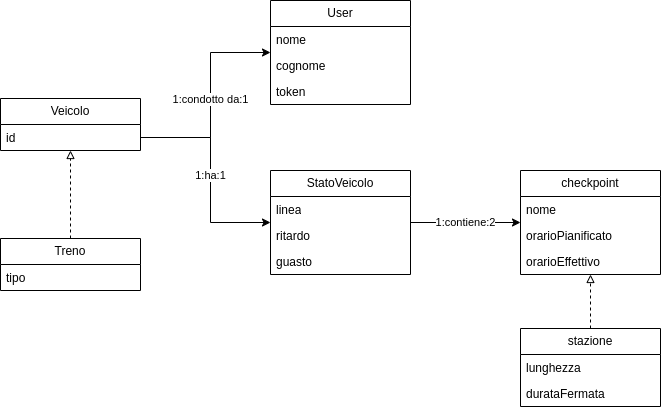
Before: docs/models/WebUI domain diagram.drawio.png, a diagram exported from draw.io (IngSW-unipv/Progetto-U25). Source tidied: cells renumbered, new cells last; positions are measured from the earlier drawing's top-left corner, leaving out a move shared by most shapes.
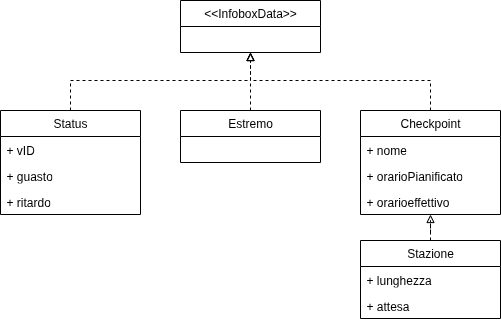
Above is the later version.

Change to the diagram source:
```diff
@@ -2,87 +2,66 @@
   <root>
     <mxCell id="0" />
     <mxCell id="1" parent="0" />
-    <mxCell id="2" value="1:contiene:2" style="edgeStyle=orthogonalEdgeStyle;rounded=0;jettySize=auto;html=1;" parent="1" edge="1" source="3" target="18">
-      <mxGeometry relative="1" as="geometry" />
-    </mxCell>
-    <mxCell id="3" value="StatoVeicolo" style="swimlane;fontStyle=0;horizontal=1;startSize=26;fillColor=none;whiteSpace=wrap;html=1;" parent="1" vertex="1">
-      <mxGeometry x="270" y="170" width="140" height="104" as="geometry" />
-    </mxCell>
-    <mxCell id="4" value="linea" style="text;strokeColor=none;fillColor=none;align=left;verticalAlign=top;spacingLeft=4;spacingRight=4;overflow=hidden;whiteSpace=wrap;html=1;" parent="3" vertex="1">
-      <mxGeometry y="26" width="140" height="26" as="geometry" />
-    </mxCell>
-    <mxCell id="5" value="ritardo" style="text;strokeColor=none;fillColor=none;align=left;verticalAlign=top;spacingLeft=4;spacingRight=4;overflow=hidden;whiteSpace=wrap;html=1;" parent="3" vertex="1">
-      <mxGeometry y="52" width="140" height="26" as="geometry" />
-    </mxCell>
-    <mxCell id="6" value="guasto" style="text;strokeColor=none;fillColor=none;align=left;verticalAlign=top;spacingLeft=4;spacingRight=4;overflow=hidden;whiteSpace=wrap;html=1;" parent="3" vertex="1">
-      <mxGeometry y="78" width="140" height="26" as="geometry" />
-    </mxCell>
-    <mxCell id="7" style="edgeStyle=orthogonalEdgeStyle;rounded=0;jettySize=auto;html=1;endArrow=block;endFill=0;dashed=1;" parent="1" edge="1" source="8" target="11">
-      <mxGeometry relative="1" as="geometry" />
-    </mxCell>
-    <mxCell id="8" value="Treno" style="swimlane;fontStyle=0;horizontal=1;startSize=26;fillColor=none;whiteSpace=wrap;html=1;" parent="1" vertex="1">
-      <mxGeometry y="238" width="140" height="52" as="geometry" />
-    </mxCell>
-    <mxCell id="9" value="tipo" style="text;strokeColor=none;fillColor=none;align=left;verticalAlign=top;spacingLeft=4;spacingRight=4;overflow=hidden;whiteSpace=wrap;html=1;" parent="8" vertex="1">
-      <mxGeometry y="26" width="140" height="26" as="geometry" />
-    </mxCell>
-    <mxCell id="10" value="1:ha:1" style="edgeStyle=orthogonalEdgeStyle;rounded=0;jettySize=auto;html=1;" parent="1" edge="1" source="11" target="3">
-      <mxGeometry relative="1" as="geometry">
-        <Array as="points">
-          <mxPoint x="210" y="137" />
-          <mxPoint x="210" y="222" />
-        </Array>
-      </mxGeometry>
-    </mxCell>
-    <mxCell id="11" value="Veicolo" style="swimlane;fontStyle=0;horizontal=1;startSize=26;fillColor=none;whiteSpace=wrap;html=1;" parent="1" vertex="1">
-      <mxGeometry y="98" width="140" height="52" as="geometry" />
-    </mxCell>
-    <mxCell id="12" value="id" style="text;strokeColor=none;fillColor=none;align=left;verticalAlign=top;spacingLeft=4;spacingRight=4;overflow=hidden;points=[[0,0.5],[1,0.5]];portConstraint=eastwest;whiteSpace=wrap;html=1;" parent="11" vertex="1">
-      <mxGeometry y="26" width="140" height="26" as="geometry" />
-    </mxCell>
-    <mxCell id="13" value="User" style="swimlane;fontStyle=0;horizontal=1;startSize=26;fillColor=none;whiteSpace=wrap;html=1;" parent="1" vertex="1">
-      <mxGeometry x="270" width="140" height="104" as="geometry" />
-    </mxCell>
-    <mxCell id="14" value="nome" style="text;strokeColor=none;fillColor=none;align=left;verticalAlign=top;spacingLeft=4;spacingRight=4;overflow=hidden;whiteSpace=wrap;html=1;" parent="13" vertex="1">
-      <mxGeometry y="26" width="140" height="26" as="geometry" />
-    </mxCell>
-    <mxCell id="15" value="cognome" style="text;strokeColor=none;fillColor=none;align=left;verticalAlign=top;spacingLeft=4;spacingRight=4;overflow=hidden;whiteSpace=wrap;html=1;" parent="13" vertex="1">
-      <mxGeometry y="52" width="140" height="26" as="geometry" />
-    </mxCell>
-    <mxCell id="16" value="token" style="text;strokeColor=none;fillColor=none;align=left;verticalAlign=top;spacingLeft=4;spacingRight=4;overflow=hidden;whiteSpace=wrap;html=1;" parent="13" vertex="1">
-      <mxGeometry y="78" width="140" height="26" as="geometry" />
-    </mxCell>
-    <mxCell id="17" value="1:condotto da:1" style="edgeStyle=orthogonalEdgeStyle;rounded=0;jettySize=auto;html=1;" parent="1" edge="1" source="12" target="13">
-      <mxGeometry relative="1" as="geometry">
-        <Array as="points">
-          <mxPoint x="210" y="137" />
-          <mxPoint x="210" y="52" />
-        </Array>
-      </mxGeometry>
-    </mxCell>
-    <mxCell id="18" value="checkpoint" style="swimlane;fontStyle=0;horizontal=1;startSize=26;fillColor=none;whiteSpace=wrap;html=1;" parent="1" vertex="1">
-      <mxGeometry x="520" y="170" width="140" height="104" as="geometry" />
-    </mxCell>
-    <mxCell id="19" value="nome" style="text;strokeColor=none;fillColor=none;align=left;verticalAlign=top;spacingLeft=4;spacingRight=4;overflow=hidden;whiteSpace=wrap;html=1;" parent="18" vertex="1">
-      <mxGeometry y="26" width="140" height="26" as="geometry" />
-    </mxCell>
-    <mxCell id="20" value="orarioPianificato" style="text;strokeColor=none;fillColor=none;align=left;verticalAlign=top;spacingLeft=4;spacingRight=4;overflow=hidden;whiteSpace=wrap;html=1;" parent="18" vertex="1">
-      <mxGeometry y="52" width="140" height="26" as="geometry" />
-    </mxCell>
-    <mxCell id="21" value="orarioEffettivo" style="text;strokeColor=none;fillColor=none;align=left;verticalAlign=top;spacingLeft=4;spacingRight=4;overflow=hidden;whiteSpace=wrap;html=1;" parent="18" vertex="1">
-      <mxGeometry y="78" width="140" height="26" as="geometry" />
-    </mxCell>
-    <mxCell id="22" value="stazione" style="swimlane;fontStyle=0;horizontal=1;startSize=26;fillColor=none;whiteSpace=wrap;html=1;" parent="1" vertex="1">
-      <mxGeometry x="520" y="328" width="140" height="78" as="geometry" />
-    </mxCell>
-    <mxCell id="23" value="lunghezza" style="text;strokeColor=none;fillColor=none;align=left;verticalAlign=top;spacingLeft=4;spacingRight=4;overflow=hidden;whiteSpace=wrap;html=1;" parent="22" vertex="1">
-      <mxGeometry y="26" width="140" height="26" as="geometry" />
-    </mxCell>
-    <mxCell id="24" value="durataFermata" style="text;strokeColor=none;fillColor=none;align=left;verticalAlign=top;spacingLeft=4;spacingRight=4;overflow=hidden;whiteSpace=wrap;html=1;" parent="22" vertex="1">
-      <mxGeometry y="52" width="140" height="26" as="geometry" />
-    </mxCell>
-    <mxCell id="25" style="edgeStyle=orthogonalEdgeStyle;rounded=0;jettySize=auto;html=1;endArrow=block;endFill=0;dashed=1;" parent="1" edge="1" source="22" target="18">
-      <mxGeometry relative="1" as="geometry" />
-    </mxCell>
+    <mxCell id="26" value="&amp;lt;&amp;lt;InfoboxData&amp;gt;&amp;gt;" style="swimlane;fontStyle=0;horizontal=1;startSize=26;fillColor=none;whiteSpace=wrap;html=1;" parent="1" vertex="1">
+      <mxGeometry x="-10" y="468" width="140" height="52" as="geometry" />
+    </mxCell>
+    <mxCell id="27" style="edgeStyle=orthogonalEdgeStyle;rounded=0;jettySize=auto;html=1;endArrow=block;endFill=0;dashed=1;" parent="1" edge="1" source="28" target="26">
+      <mxGeometry relative="1" as="geometry" />
+    </mxCell>
+    <mxCell id="28" value="Estremo" style="swimlane;fontStyle=0;horizontal=1;startSize=26;fillColor=none;whiteSpace=wrap;html=1;" parent="1" vertex="1">
+      <mxGeometry x="-10" y="578" width="140" height="52" as="geometry" />
+    </mxCell>
+    <mxCell id="29" style="edgeStyle=orthogonalEdgeStyle;rounded=0;jettySize=auto;html=1;endArrow=block;endFill=0;dashed=1;" parent="1" edge="1" source="30" target="26">
+      <mxGeometry relative="1" as="geometry">
+        <Array as="points">
+          <mxPoint x="240" y="548" />
+          <mxPoint x="60" y="548" />
+        </Array>
+      </mxGeometry>
+    </mxCell>
+    <mxCell id="30" value="Checkpoint" style="swimlane;fontStyle=0;horizontal=1;startSize=26;fillColor=none;whiteSpace=wrap;html=1;" parent="1" vertex="1">
+      <mxGeometry x="170" y="578" width="140" height="104" as="geometry" />
+    </mxCell>
+    <mxCell id="31" value="+ nome" style="text;strokeColor=none;fillColor=none;align=left;verticalAlign=top;spacingLeft=4;spacingRight=4;overflow=hidden;whiteSpace=wrap;html=1;" parent="30" vertex="1">
+      <mxGeometry y="26" width="140" height="26" as="geometry" />
+    </mxCell>
+    <mxCell id="32" value="+ orarioPianificato" style="text;strokeColor=none;fillColor=none;align=left;verticalAlign=top;spacingLeft=4;spacingRight=4;overflow=hidden;whiteSpace=wrap;html=1;" parent="30" vertex="1">
+      <mxGeometry y="52" width="140" height="26" as="geometry" />
+    </mxCell>
+    <mxCell id="33" value="+ orarioeffettivo" style="text;strokeColor=none;fillColor=none;align=left;verticalAlign=top;spacingLeft=4;spacingRight=4;overflow=hidden;whiteSpace=wrap;html=1;" parent="30" vertex="1">
+      <mxGeometry y="78" width="140" height="26" as="geometry" />
+    </mxCell>
+    <mxCell id="34" style="edgeStyle=orthogonalEdgeStyle;rounded=0;jettySize=auto;html=1;endArrow=block;endFill=0;dashed=1;" parent="1" edge="1" source="35" target="30">
+      <mxGeometry relative="1" as="geometry" />
+    </mxCell>
+    <mxCell id="35" value="Stazione" style="swimlane;fontStyle=0;horizontal=1;startSize=26;fillColor=none;whiteSpace=wrap;html=1;" parent="1" vertex="1">
+      <mxGeometry x="170" y="708" width="140" height="78" as="geometry" />
+    </mxCell>
+    <mxCell id="36" value="+ lunghezza" style="text;strokeColor=none;fillColor=none;align=left;verticalAlign=top;spacingLeft=4;spacingRight=4;overflow=hidden;whiteSpace=wrap;html=1;" parent="35" vertex="1">
+      <mxGeometry y="26" width="140" height="26" as="geometry" />
+    </mxCell>
+    <mxCell id="37" value="+ attesa" style="text;strokeColor=none;fillColor=none;align=left;verticalAlign=top;spacingLeft=4;spacingRight=4;overflow=hidden;whiteSpace=wrap;html=1;" parent="35" vertex="1">
+      <mxGeometry y="52" width="140" height="26" as="geometry" />
+    </mxCell>
+    <mxCell id="38" style="edgeStyle=orthogonalEdgeStyle;rounded=0;jettySize=auto;html=1;endArrow=block;endFill=0;dashed=1;" parent="1" edge="1" source="39" target="26">
+      <mxGeometry relative="1" as="geometry">
+        <Array as="points">
+          <mxPoint x="-120" y="548" />
+          <mxPoint x="60" y="548" />
+        </Array>
+      </mxGeometry>
+    </mxCell>
+    <mxCell id="39" value="Status" style="swimlane;fontStyle=0;horizontal=1;startSize=26;fillColor=none;whiteSpace=wrap;html=1;" parent="1" vertex="1">
+      <mxGeometry x="-190" y="578" width="140" height="104" as="geometry" />
+    </mxCell>
+    <mxCell id="40" value="+ vID" style="text;strokeColor=none;fillColor=none;align=left;verticalAlign=top;spacingLeft=4;spacingRight=4;overflow=hidden;whiteSpace=wrap;html=1;" parent="39" vertex="1">
+      <mxGeometry y="26" width="140" height="26" as="geometry" />
+    </mxCell>
+    <mxCell id="41" value="+ guasto" style="text;strokeColor=none;fillColor=none;align=left;verticalAlign=top;spacingLeft=4;spacingRight=4;overflow=hidden;whiteSpace=wrap;html=1;" parent="39" vertex="1">
+      <mxGeometry y="52" width="140" height="26" as="geometry" />
+    </mxCell>
+    <mxCell id="42" value="+ ritardo" style="text;strokeColor=none;fillColor=none;align=left;verticalAlign=top;spacingLeft=4;spacingRight=4;overflow=hidden;whiteSpace=wrap;html=1;" parent="39" vertex="1">
+      <mxGeometry y="78" width="140" height="26" as="geometry" />
+    </mxCell>
   </root>
 </mxGraphModel>
```
